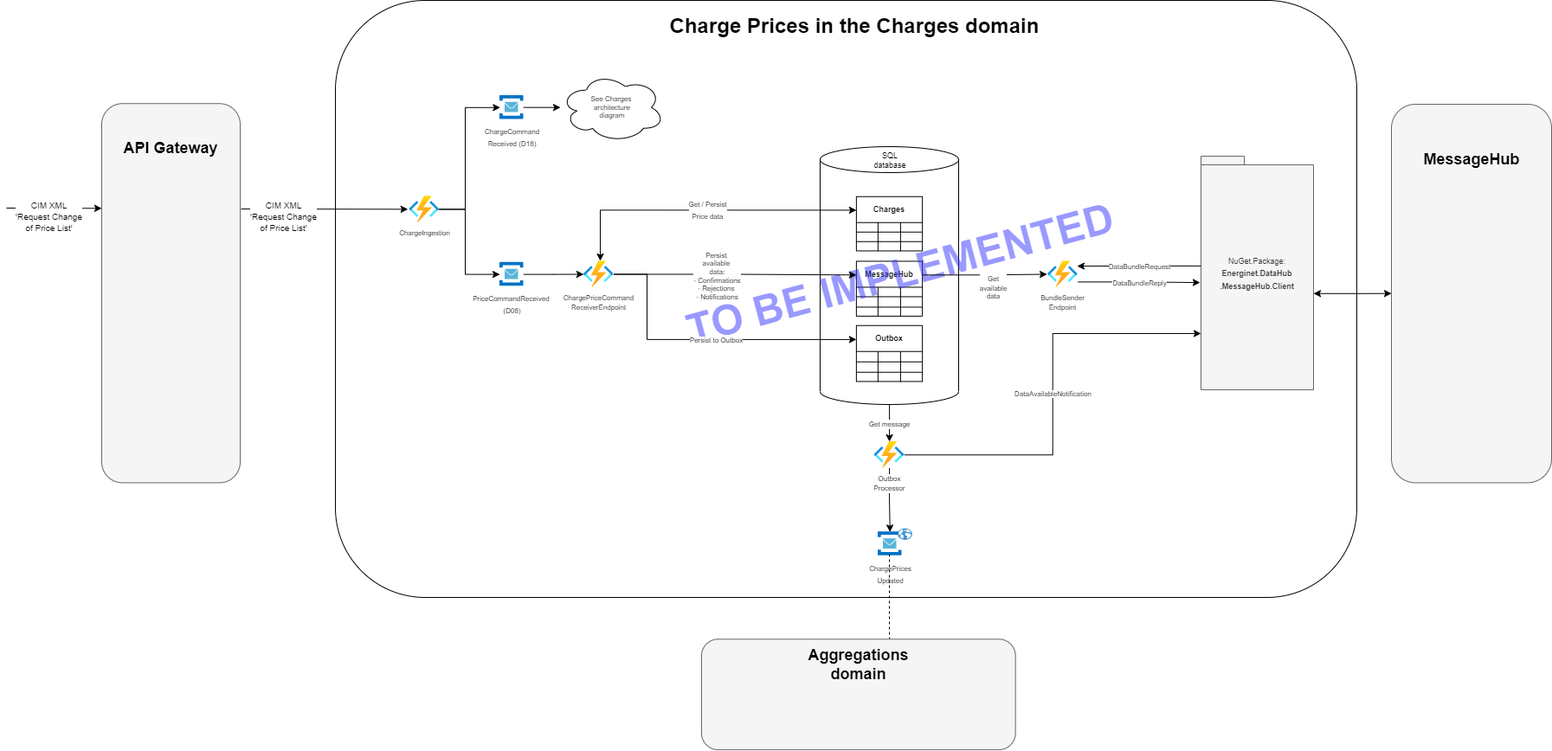
Earlier version of the draw.io export ARCHITECTURE-ChargePrices.png (Energinet-DataHub/ARCHIVED-geh-charges). Source tidied: cells renumbered, new cells last; positions are measured from the earlier drawing's top-left corner, leaving out a move shared by most shapes.
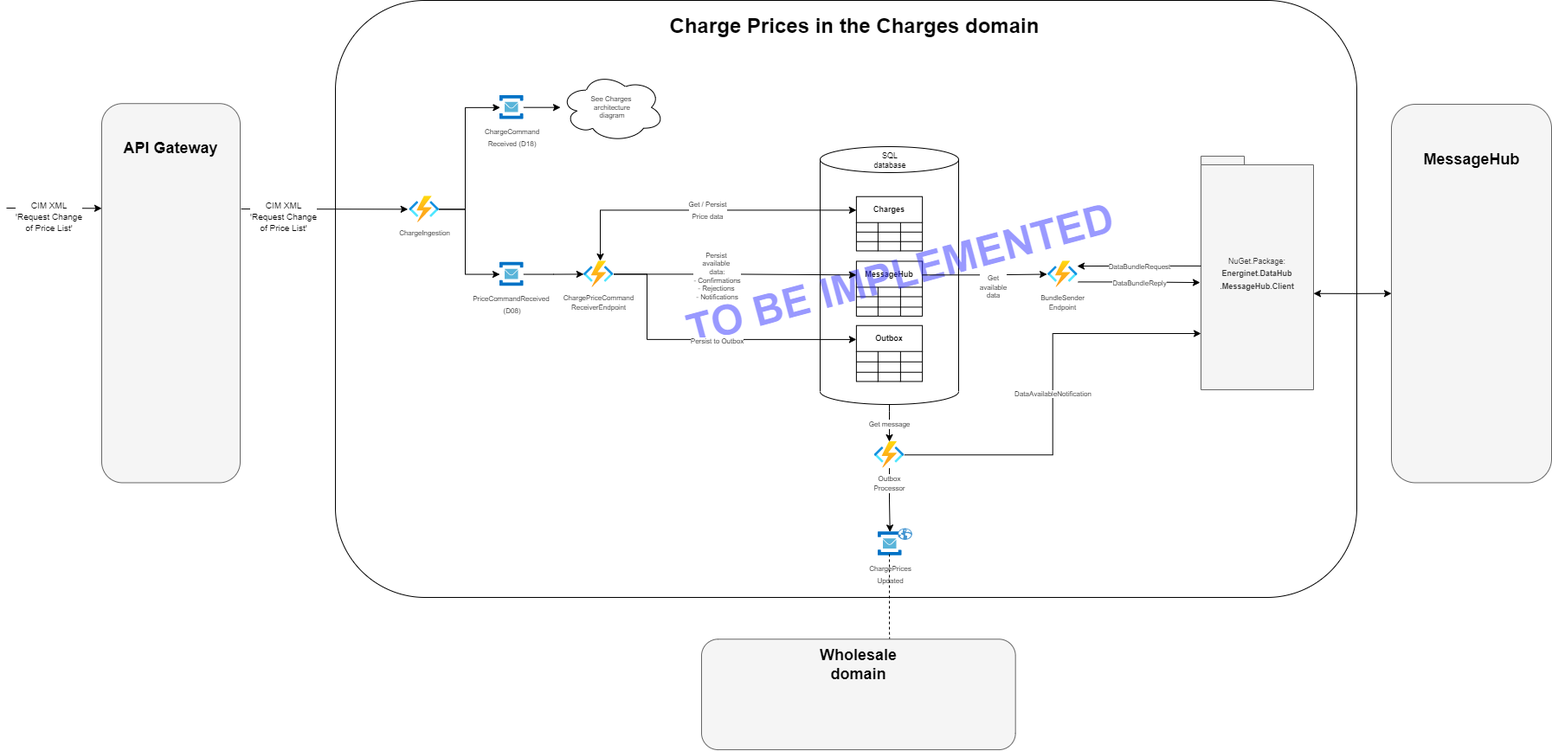
Later version of the same file.

Commit message:
Changed API gateway to mgmt and Agg to Wholesale

The edit, as a diff of the source:
```diff
@@ -131,7 +131,7 @@
     <mxCell id="36" style="rounded=1;whiteSpace=wrap;html=1;fillColor=#f5f5f5;strokeColor=#666666;fontColor=#333333;" parent="35" vertex="1">
       <mxGeometry width="362.7" height="127.8" as="geometry" />
     </mxCell>
-    <mxCell id="37" value="&lt;b&gt;&lt;font style=&quot;font-size: 18px&quot;&gt;Aggregations domain&lt;/font&gt;&lt;/b&gt;" style="text;html=1;strokeColor=none;fillColor=none;align=center;verticalAlign=middle;whiteSpace=wrap;rounded=0;" parent="35" vertex="1">
+    <mxCell id="37" value="&lt;b&gt;&lt;font style=&quot;font-size: 18px&quot;&gt;Wholesale&lt;br&gt;domain&lt;/font&gt;&lt;/b&gt;" style="text;html=1;strokeColor=none;fillColor=none;align=center;verticalAlign=middle;whiteSpace=wrap;rounded=0;" parent="35" vertex="1">
       <mxGeometry x="102" y="9.1" width="158.7" height="41.2" as="geometry" />
     </mxCell>
     <mxCell id="38" style="group;" parent="1" vertex="1">
```
